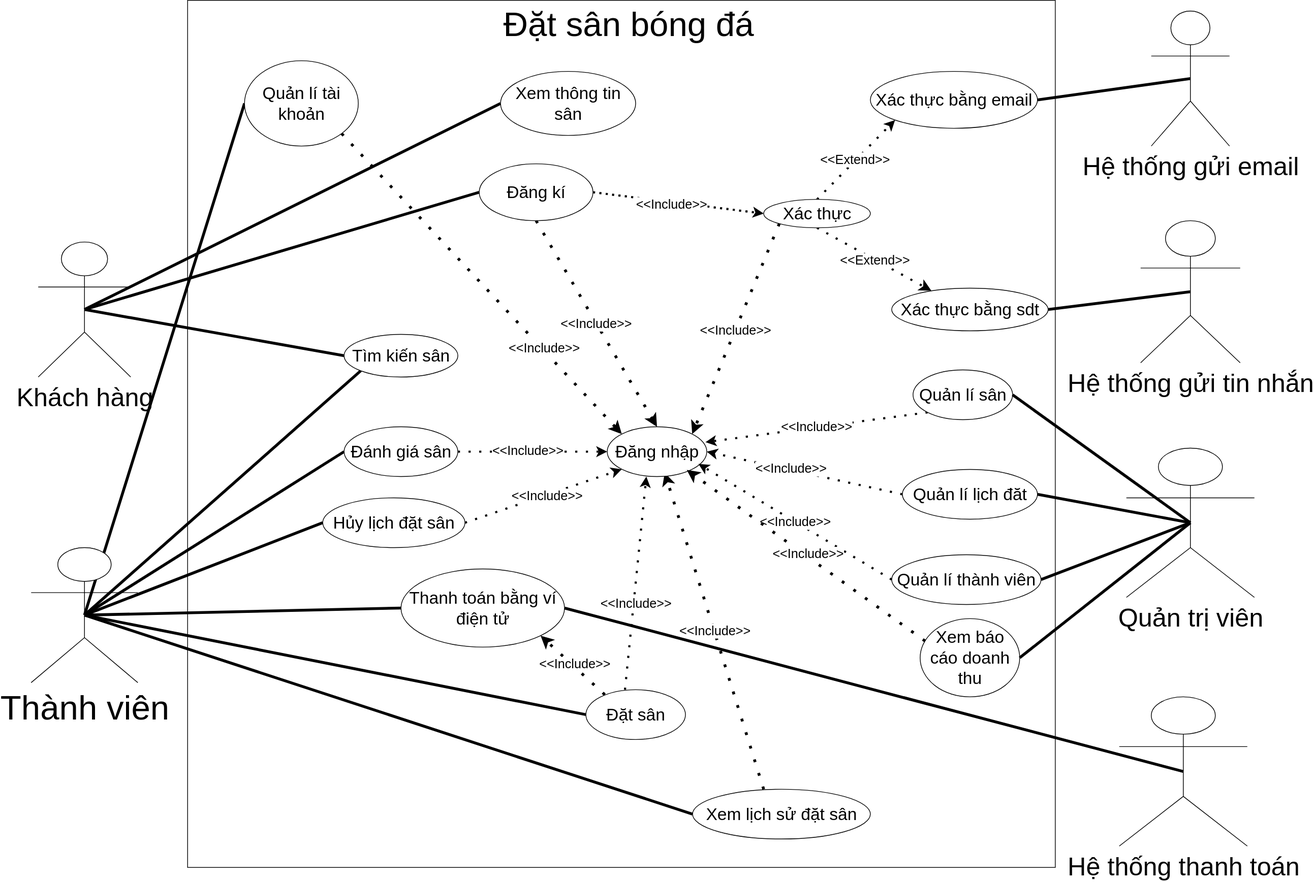
Earlier version of the draw.io export docs/Use-case-diagram.drawio.svg (imfakebot/DACSII-BE). Source tidied: cells renumbered, new cells last; positions are measured from the earlier drawing's top-left corner, leaving out a move shared by most shapes.
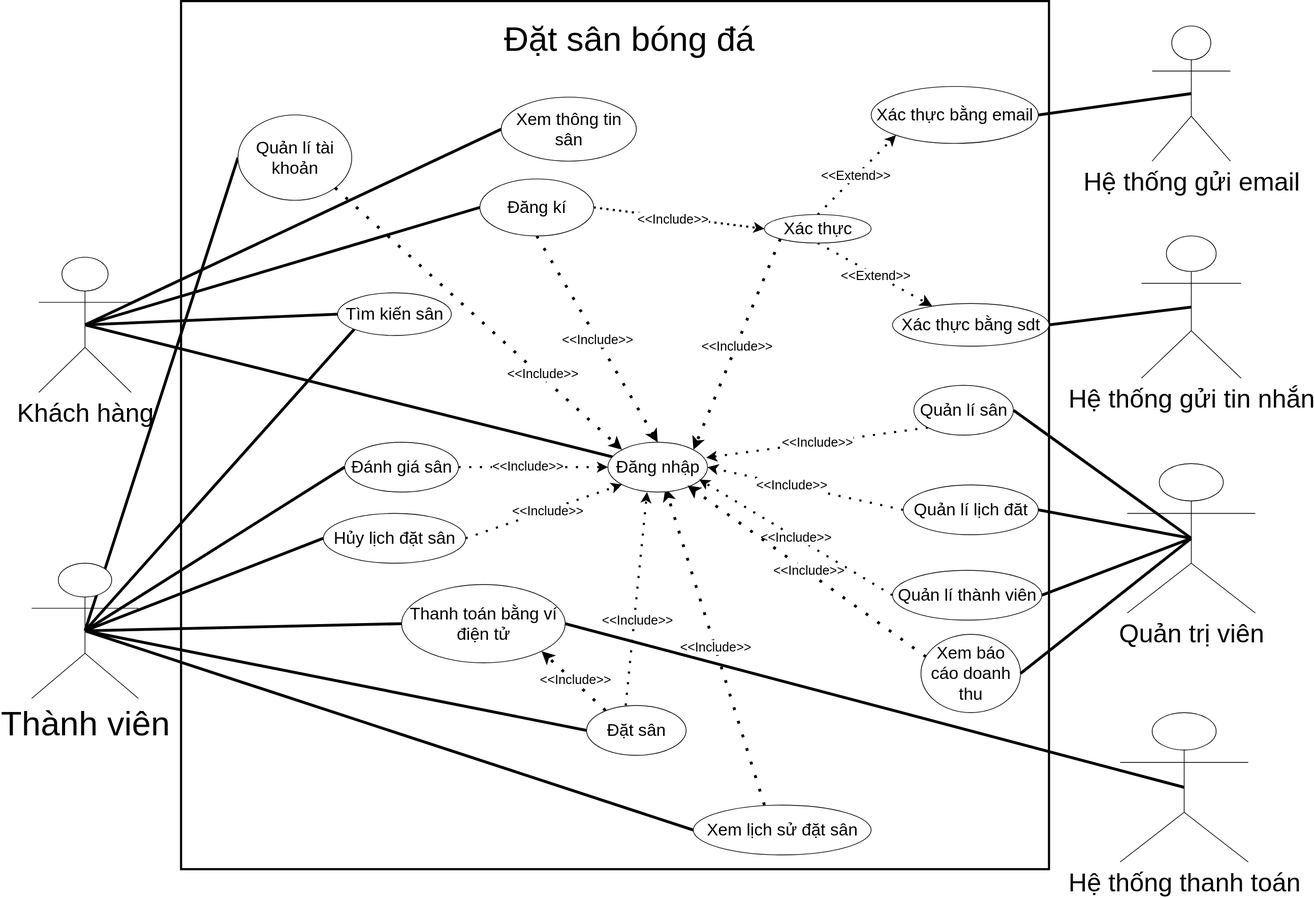
The same file after the commit.

Change to the diagram source:
```diff
@@ -11,11 +11,14 @@
     <mxCell id="4" style="rounded=0;jettySize=auto;html=1;exitX=0.5;exitY=0.5;exitDx=0;exitDy=0;exitPerimeter=0;entryX=0;entryY=0.5;entryDx=0;entryDy=0;endArrow=none;endFill=0;strokeWidth=4;" parent="1" edge="1" source="5" target="25">
       <mxGeometry relative="1" as="geometry" />
     </mxCell>
+    <mxCell id="74" style="rounded=0;jettySize=auto;html=1;exitX=0.5;exitY=0.5;exitDx=0;exitDy=0;exitPerimeter=0;entryX=0.046;entryY=0.294;entryDx=0;entryDy=0;entryPerimeter=0;strokeWidth=4;endArrow=none;endFill=0;" parent="1" edge="1" source="5" target="45">
+      <mxGeometry relative="1" as="geometry" />
+    </mxCell>
     <mxCell id="5" value="&lt;font style=&quot;font-size: 36px;&quot;&gt;Khách hàng&lt;/font&gt;" style="shape=umlActor;verticalLabelPosition=bottom;verticalAlign=top;html=1;outlineConnect=0;" parent="1" vertex="1">
       <mxGeometry x="10" y="340" width="130" height="190" as="geometry" />
     </mxCell>
-    <mxCell id="6" style="whiteSpace=wrap;html=1;gradientColor=none;fillColor=none;" parent="1" vertex="1">
-      <mxGeometry x="220" width="1220" height="1220" as="geometry" />
+    <mxCell id="6" style="whiteSpace=wrap;html=1;gradientColor=none;fillColor=none;strokeWidth=3;" parent="1" vertex="1">
+      <mxGeometry x="210" y="-20" width="1220" height="1220" as="geometry" />
     </mxCell>
     <mxCell id="7" value="&lt;font style=&quot;font-size: 48px;&quot;&gt;Đặt sân bóng đá&lt;/font&gt;&lt;div&gt;&lt;br&gt;&lt;/div&gt;" style="text;html=1;align=center;verticalAlign=middle;whiteSpace=wrap;rounded=0;" parent="1" vertex="1">
       <mxGeometry x="630" y="30" width="420" height="20" as="geometry" />
@@ -51,7 +54,7 @@
       <mxGeometry x="0.43" y="3" relative="1" as="geometry" />
     </mxCell>
     <mxCell id="18" value="&lt;font style=&quot;font-size: 24px;&quot;&gt;Quản lí tài khoản&lt;/font&gt;" style="ellipse;whiteSpace=wrap;html=1;shadow=0;" parent="1" vertex="1">
-      <mxGeometry x="300" y="85" width="160" height="120" as="geometry" />
+      <mxGeometry x="290" y="140" width="160" height="120" as="geometry" />
     </mxCell>
     <mxCell id="19" style="rounded=0;jettySize=auto;html=1;exitX=1;exitY=0.5;exitDx=0;exitDy=0;entryX=0;entryY=0.5;entryDx=0;entryDy=0;dashed=1;dashPattern=1 2;startSize=20;sourcePerimeterSpacing=0;strokeWidth=3;" parent="1" edge="1" source="23" target="32">
       <mxGeometry relative="1" as="geometry" />
@@ -71,10 +74,10 @@
       <mxGeometry x="630" y="230" width="160" height="80" as="geometry" />
     </mxCell>
     <mxCell id="24" value="&lt;font style=&quot;font-size: 24px;&quot;&gt;Xem thông tin sân&lt;/font&gt;" style="ellipse;whiteSpace=wrap;html=1;align=center;" parent="1" vertex="1">
-      <mxGeometry x="660" y="100" width="190" height="90" as="geometry" />
+      <mxGeometry x="660" y="115" width="190" height="90" as="geometry" />
     </mxCell>
     <mxCell id="25" value="&lt;font style=&quot;font-size: 24px;&quot;&gt;Tìm kiến sân&lt;/font&gt;" style="ellipse;whiteSpace=wrap;html=1;align=center;" parent="1" vertex="1">
-      <mxGeometry x="440" y="470" width="160" height="60" as="geometry" />
+      <mxGeometry x="430" y="390" width="160" height="60" as="geometry" />
     </mxCell>
     <mxCell id="26" style="rounded=0;jettySize=auto;html=1;exitX=0.5;exitY=1;exitDx=0;exitDy=0;entryX=0.254;entryY=0.062;entryDx=0;entryDy=0;dashed=1;dashPattern=1 4;strokeWidth=3;endSize=8;entryPerimeter=0;" parent="1" edge="1" source="32" target="34">
       <mxGeometry relative="1" as="geometry" />
```
